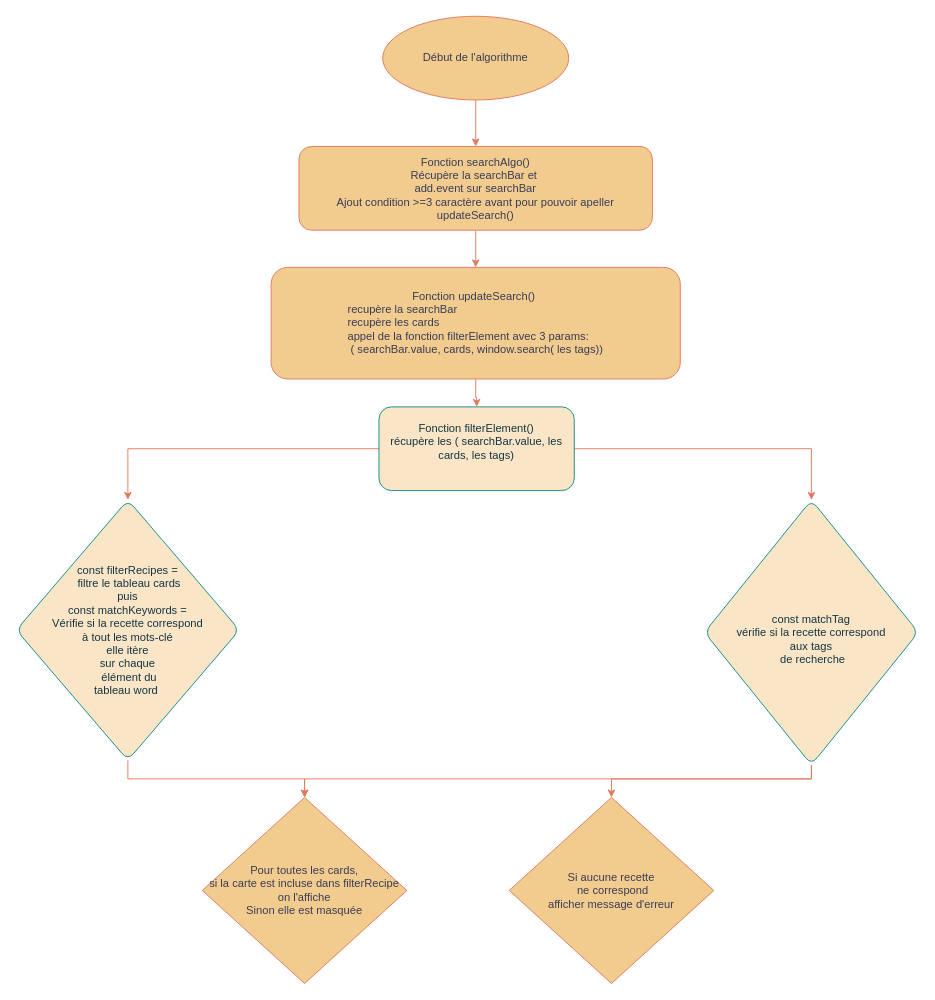
The draw.io diagram Algo de recherche n°2.drawio in abaddon101/Projet---Les-Petits-Plats, before the edit. Source tidied: cells renumbered, new cells numbered last; positions are measured from the earlier drawing's top-left corner, leaving out a move shared by most shapes. Both pictures are drawn from the tidied source at 93%, with x=0, y=0 at pixel (16, 16).
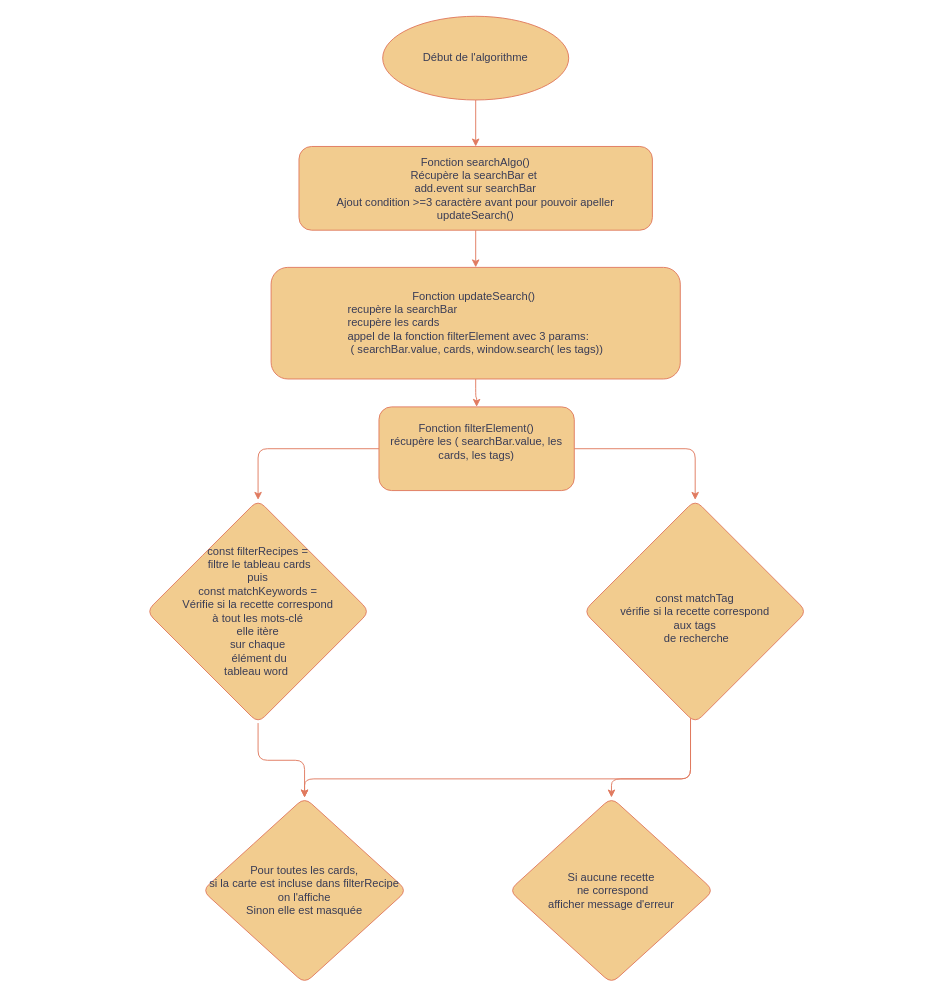
Above is the later version.

Commit message (it also covers changes not shown here):
Mettre à jour Algo de recherche n°2.drawio

The change refers to these unchanged cells:
```xml
<mxCell id="5" value="Fonction searchAlgo()&lt;br&gt;Récupère la searchBar et&amp;nbsp;&lt;br&gt;add.event sur searchBar&lt;br&gt;Ajout condition &amp;gt;=3 caractère avant pour pouvoir apeller updateSearch()" style="rounded=1;whiteSpace=wrap;html=1;labelBackgroundColor=none;fillColor=#F2CC8F;strokeColor=#E07A5F;fontColor=#393C56;" parent="1" vertex="1">
  <mxGeometry x="304" y="140" width="380" height="90" as="geometry" />
</mxCell>
<mxCell id="7" value="Fonction updateSearch()&amp;nbsp;&lt;br&gt;&lt;div style=&quot;text-align: left;&quot;&gt;&lt;span style=&quot;background-color: initial;&quot;&gt;recupère la searchBar&lt;/span&gt;&lt;/div&gt;&lt;div style=&quot;text-align: left;&quot;&gt;&lt;span style=&quot;background-color: initial;&quot;&gt;recupère les cards&lt;/span&gt;&lt;/div&gt;&lt;div style=&quot;text-align: left;&quot;&gt;&lt;span style=&quot;background-color: initial;&quot;&gt;appel de la fonction filterElement avec 3 params:&lt;/span&gt;&lt;/div&gt;&lt;div style=&quot;text-align: left;&quot;&gt;&lt;span style=&quot;background-color: initial;&quot;&gt;&amp;nbsp;( searchBar.value,&amp;nbsp;&lt;/span&gt;&lt;span style=&quot;background-color: initial;&quot;&gt;cards,&lt;/span&gt;&lt;span style=&quot;background-color: initial;&quot;&gt;&amp;nbsp;window.search( les tags))&lt;/span&gt;&lt;/div&gt;" style="rounded=1;whiteSpace=wrap;html=1;labelBackgroundColor=none;fillColor=#F2CC8F;strokeColor=#E07A5F;fontColor=#393C56;" parent="1" vertex="1">
  <mxGeometry x="274" y="270" width="440" height="120" as="geometry" />
</mxCell>
```

Change to the diagram source:
```diff
@@
-    <mxCell id="2" style="edgeStyle=orthogonalEdgeStyle;rounded=0;jettySize=auto;html=1;entryX=0.5;entryY=0;entryDx=0;entryDy=0;labelBackgroundColor=none;strokeColor=#E07A5F;fontColor=default;" parent="1" edge="1" source="3" target="5">
+    <mxCell id="2" style="edgeStyle=orthogonalEdgeStyle;rounded=1;jettySize=auto;html=1;entryX=0.5;entryY=0;entryDx=0;entryDy=0;labelBackgroundColor=none;strokeColor=#E07A5F;fontColor=default;" parent="1" edge="1" source="3" target="5">
       <mxGeometry relative="1" as="geometry" />
     </mxCell>
-    <mxCell id="3" value="Début de l'algorithme" style="ellipse;whiteSpace=wrap;html=1;labelBackgroundColor=none;rounded=0;fillColor=#F2CC8F;strokeColor=#E07A5F;fontColor=#393C56;" parent="1" vertex="1">
+    <mxCell id="3" value="Début de l'algorithme" style="ellipse;whiteSpace=wrap;html=1;labelBackgroundColor=none;rounded=1;fillColor=#F2CC8F;strokeColor=#E07A5F;fontColor=#393C56;" parent="1" vertex="1">
       <mxGeometry x="394" width="200" height="90" as="geometry" />
     </mxCell>
-    <mxCell id="4" style="edgeStyle=orthogonalEdgeStyle;rounded=0;jettySize=auto;html=1;entryX=0.5;entryY=0;entryDx=0;entryDy=0;strokeColor=#E07A5F;fontColor=#393C56;fillColor=#F2CC8F;" parent="1" edge="1" source="5" target="7">
+    <mxCell id="4" style="edgeStyle=orthogonalEdgeStyle;rounded=1;jettySize=auto;html=1;entryX=0.5;entryY=0;entryDx=0;entryDy=0;strokeColor=#E07A5F;fontColor=default;fillColor=#F2CC8F;labelBackgroundColor=none;" parent="1" edge="1" source="5" target="7">
       <mxGeometry relative="1" as="geometry" />
     </mxCell>
@@
-    <mxCell id="6" style="edgeStyle=orthogonalEdgeStyle;rounded=0;jettySize=auto;html=1;entryX=0.5;entryY=0;entryDx=0;entryDy=0;strokeColor=#E07A5F;fontColor=#393C56;fillColor=#F2CC8F;" parent="1" edge="1" source="7" target="10">
+    <mxCell id="6" style="edgeStyle=orthogonalEdgeStyle;rounded=1;jettySize=auto;html=1;entryX=0.5;entryY=0;entryDx=0;entryDy=0;strokeColor=#E07A5F;fontColor=default;fillColor=#F2CC8F;labelBackgroundColor=none;" parent="1" edge="1" source="7" target="10">
       <mxGeometry relative="1" as="geometry" />
     </mxCell>
@@
-    <mxCell id="8" style="edgeStyle=orthogonalEdgeStyle;rounded=0;jettySize=auto;html=1;entryX=0.5;entryY=0;entryDx=0;entryDy=0;strokeColor=#E07A5F;fontColor=#393C56;fillColor=#F2CC8F;" parent="1" edge="1" source="10" target="12">
+    <mxCell id="8" style="edgeStyle=orthogonalEdgeStyle;rounded=1;jettySize=auto;html=1;entryX=0.5;entryY=0;entryDx=0;entryDy=0;strokeColor=#E07A5F;fontColor=default;fillColor=#F2CC8F;labelBackgroundColor=none;" parent="1" edge="1" source="10" target="12">
       <mxGeometry relative="1" as="geometry" />
     </mxCell>
-    <mxCell id="9" style="edgeStyle=orthogonalEdgeStyle;rounded=0;jettySize=auto;html=1;entryX=0.5;entryY=0;entryDx=0;entryDy=0;strokeColor=#E07A5F;fontColor=#393C56;fillColor=#F2CC8F;" parent="1" edge="1" source="10" target="15">
+    <mxCell id="9" style="edgeStyle=orthogonalEdgeStyle;rounded=1;jettySize=auto;html=1;entryX=0.5;entryY=0;entryDx=0;entryDy=0;strokeColor=#E07A5F;fontColor=default;fillColor=#F2CC8F;labelBackgroundColor=none;" parent="1" edge="1" source="10" target="15">
       <mxGeometry relative="1" as="geometry" />
     </mxCell>
-    <mxCell id="10" value="Fonction filterElement()&lt;br&gt;récupère les ( searchBar.value,&amp;nbsp;les cards,&amp;nbsp;les tags)&lt;br&gt;&lt;br&gt;" style="rounded=1;whiteSpace=wrap;html=1;labelBackgroundColor=none;fillColor=#FAE5C7;strokeColor=#0F8B8D;fontColor=#143642;" parent="1" vertex="1">
+    <mxCell id="10" value="Fonction filterElement()&lt;br&gt;récupère les ( searchBar.value,&amp;nbsp;les cards,&amp;nbsp;les tags)&lt;br&gt;&lt;br&gt;" style="rounded=1;whiteSpace=wrap;html=1;labelBackgroundColor=none;fillColor=#F2CC8F;strokeColor=#E07A5F;fontColor=#393C56;" parent="1" vertex="1">
       <mxGeometry x="390" y="420" width="210" height="90" as="geometry" />
     </mxCell>
-    <mxCell id="11" style="edgeStyle=orthogonalEdgeStyle;rounded=0;jettySize=auto;html=1;entryX=0.5;entryY=0;entryDx=0;entryDy=0;strokeColor=#E07A5F;fontColor=#393C56;fillColor=#F2CC8F;" parent="1" edge="1" source="12" target="16">
+    <mxCell id="11" style="edgeStyle=orthogonalEdgeStyle;rounded=1;jettySize=auto;html=1;entryX=0.5;entryY=0;entryDx=0;entryDy=0;strokeColor=#E07A5F;fontColor=default;fillColor=#F2CC8F;labelBackgroundColor=none;" parent="1" edge="1" source="12" target="16">
       <mxGeometry relative="1" as="geometry" />
     </mxCell>
-    <mxCell id="12" value="const filterRecipes =&lt;br&gt;&amp;nbsp;filtre le tableau cards &lt;br&gt;puis&lt;br style=&quot;border-color: var(--border-color);&quot;&gt;const matchKeywords = &lt;br&gt;Vérifie si la recette correspond&lt;br&gt;&amp;nbsp;à tout les mots-clé&amp;nbsp;&lt;br style=&quot;border-color: var(--border-color);&quot;&gt;elle itère &lt;br&gt;sur chaque&lt;br&gt;&amp;nbsp;élément du &lt;br&gt;tableau word&amp;nbsp;" style="rhombus;whiteSpace=wrap;html=1;fillColor=#FAE5C7;strokeColor=#0F8B8D;fontColor=#143642;rounded=1;labelBackgroundColor=none;" parent="1" vertex="1">
-      <mxGeometry y="520" width="240" height="280" as="geometry" />
+    <mxCell id="12" value="const filterRecipes =&lt;br&gt;&amp;nbsp;filtre le tableau cards &lt;br&gt;puis&lt;br style=&quot;border-color: var(--border-color);&quot;&gt;const matchKeywords = &lt;br&gt;Vérifie si la recette correspond&lt;br&gt;&amp;nbsp;à tout les mots-clé&amp;nbsp;&lt;br style=&quot;border-color: var(--border-color);&quot;&gt;elle itère &lt;br&gt;sur chaque&lt;br&gt;&amp;nbsp;élément du &lt;br&gt;tableau word&amp;nbsp;" style="rhombus;whiteSpace=wrap;html=1;fillColor=#F2CC8F;strokeColor=#E07A5F;fontColor=#393C56;rounded=1;labelBackgroundColor=none;" parent="1" vertex="1">
+      <mxGeometry x="140" y="520" width="240" height="240" as="geometry" />
     </mxCell>
-    <mxCell id="13" style="edgeStyle=orthogonalEdgeStyle;rounded=0;jettySize=auto;html=1;strokeColor=#E07A5F;fontColor=#393C56;fillColor=#F2CC8F;" parent="1" edge="1" source="15" target="16">
+    <mxCell id="13" style="edgeStyle=orthogonalEdgeStyle;rounded=1;jettySize=auto;html=1;strokeColor=#E07A5F;fontColor=default;fillColor=#F2CC8F;labelBackgroundColor=none;" parent="1" edge="1" source="15" target="16">
       <mxGeometry relative="1" as="geometry">
         <Array as="points">
-          <mxPoint x="855" y="820" />
+          <mxPoint x="725" y="820" />
           <mxPoint x="310" y="820" />
         </Array>
       </mxGeometry>
     </mxCell>
-    <mxCell id="14" style="edgeStyle=orthogonalEdgeStyle;rounded=0;jettySize=auto;html=1;entryX=0.5;entryY=0;entryDx=0;entryDy=0;strokeColor=#E07A5F;fontColor=#393C56;fillColor=#F2CC8F;" parent="1" edge="1" source="15" target="17">
+    <mxCell id="14" style="edgeStyle=orthogonalEdgeStyle;rounded=1;jettySize=auto;html=1;entryX=0.5;entryY=0;entryDx=0;entryDy=0;strokeColor=#E07A5F;fontColor=default;fillColor=#F2CC8F;labelBackgroundColor=none;" parent="1" edge="1" source="15" target="17">
       <mxGeometry relative="1" as="geometry">
         <Array as="points">
-          <mxPoint x="855" y="820" />
+          <mxPoint x="725" y="820" />
           <mxPoint x="640" y="820" />
         </Array>
       </mxGeometry>
     </mxCell>
-    <mxCell id="15" value="&lt;br&gt;const matchTag &lt;br&gt;vérifie si la recette correspond &lt;br&gt;aux tags&lt;br&gt;&amp;nbsp;de recherche" style="rhombus;whiteSpace=wrap;html=1;fillColor=#FAE5C7;strokeColor=#0F8B8D;fontColor=#143642;rounded=1;labelBackgroundColor=none;" parent="1" vertex="1">
-      <mxGeometry x="740" y="520" width="230" height="285" as="geometry" />
+    <mxCell id="15" value="&lt;br&gt;const matchTag &lt;br&gt;vérifie si la recette correspond &lt;br&gt;aux tags&lt;br&gt;&amp;nbsp;de recherche" style="rhombus;whiteSpace=wrap;html=1;fillColor=#F2CC8F;strokeColor=#E07A5F;fontColor=#393C56;rounded=1;labelBackgroundColor=none;" parent="1" vertex="1">
+      <mxGeometry x="610" y="520" width="240" height="240" as="geometry" />
     </mxCell>
-    <mxCell id="16" value="Pour toutes les cards,&lt;br&gt;si la carte est incluse dans filterRecipe&lt;br&gt;on l'affiche&lt;br&gt;Sinon elle est masquée" style="rhombus;whiteSpace=wrap;html=1;strokeColor=#E07A5F;fontColor=#393C56;fillColor=#F2CC8F;" parent="1" vertex="1">
+    <mxCell id="16" value="Pour toutes les cards,&lt;br&gt;si la carte est incluse dans filterRecipe&lt;br&gt;on l'affiche&lt;br&gt;Sinon elle est masquée" style="rhombus;whiteSpace=wrap;html=1;strokeColor=#E07A5F;fontColor=#393C56;fillColor=#F2CC8F;rounded=1;labelBackgroundColor=none;" parent="1" vertex="1">
       <mxGeometry x="200" y="840" width="220" height="200" as="geometry" />
     </mxCell>
-    <mxCell id="17" value="Si aucune recette&lt;br&gt;&amp;nbsp;ne correspond&lt;br&gt;afficher message d'erreur" style="rhombus;whiteSpace=wrap;html=1;strokeColor=#E07A5F;fontColor=#393C56;fillColor=#F2CC8F;" parent="1" vertex="1">
+    <mxCell id="17" value="Si aucune recette&lt;br&gt;&amp;nbsp;ne correspond&lt;br&gt;afficher message d'erreur" style="rhombus;whiteSpace=wrap;html=1;strokeColor=#E07A5F;fontColor=#393C56;fillColor=#F2CC8F;rounded=1;labelBackgroundColor=none;" parent="1" vertex="1">
       <mxGeometry x="530" y="840" width="220" height="200" as="geometry" />
     </mxCell>
```
